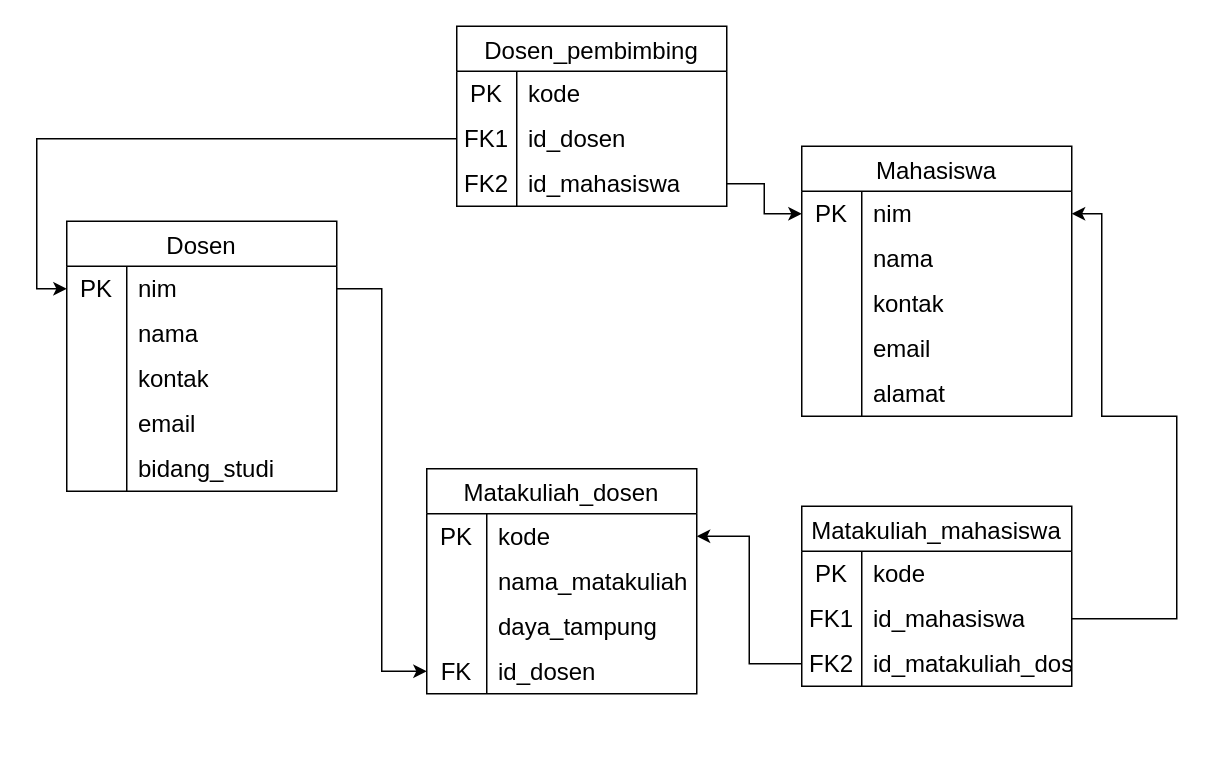
Earlier version of the draw.io diagram Untitled Diagram.drawio (Razha90/Advice-Generator). Source tidied: cells renumbered, new cells numbered last; positions are measured from the earlier drawing's top-left corner, leaving out a move shared by most shapes. Both pictures are drawn from the tidied source at 150%, with x=0, y=0 at pixel (66, 26).
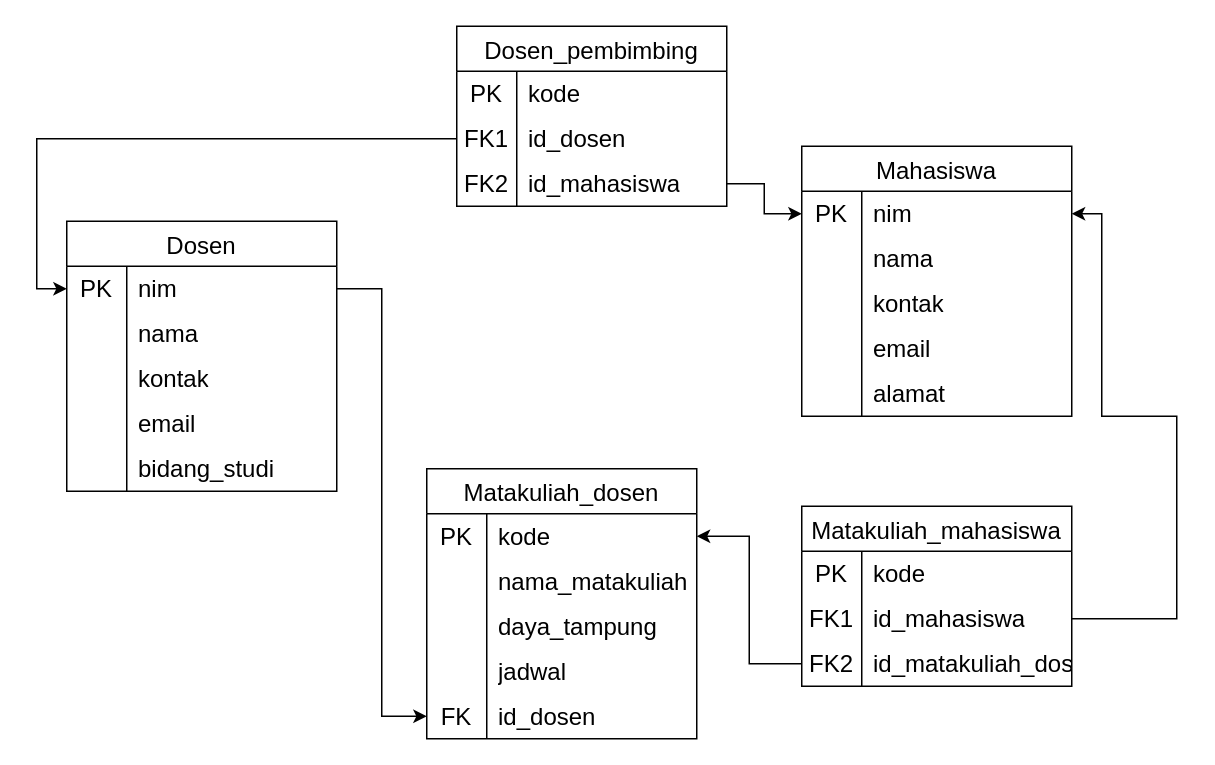
The same page after the edit.

What changed in the source:
```diff
@@
     <mxCell id="34" value="Matakuliah_dosen" style="shape=table;startSize=30;childLayout=tableLayout;rowLines=0;fontStyle=0;strokeColor=default;fontSize=16;" parent="1" vertex="1">
-      <mxGeometry x="240" y="295" width="180" height="150" as="geometry" />
+      <mxGeometry x="240" y="295" width="180" height="180" as="geometry" />
     </mxCell>
@@
+    <mxCell id="72" style="shape=tableRow;horizontal=0;startSize=0;swimlaneHead=0;swimlaneBody=0;top=0;left=0;bottom=0;right=0;fillColor=none;strokeColor=inherit;fontSize=16;" parent="34" vertex="1">
+      <mxGeometry y="120" width="180" height="30" as="geometry" />
+    </mxCell>
+    <mxCell id="73" style="shape=partialRectangle;html=1;whiteSpace=wrap;fillColor=none;top=0;left=0;bottom=0;right=0;overflow=hidden;strokeColor=inherit;fontSize=16;" parent="72" vertex="1">
+      <mxGeometry width="40" height="30" as="geometry" />
+    </mxCell>
+    <mxCell id="74" value="jadwal" style="shape=partialRectangle;html=1;whiteSpace=wrap;fillColor=none;top=0;left=0;bottom=0;right=0;align=left;spacingLeft=6;overflow=hidden;strokeColor=inherit;fontSize=16;" parent="72" vertex="1">
+      <mxGeometry x="40" width="140" height="30" as="geometry" />
+    </mxCell>
     <mxCell id="44" style="shape=tableRow;horizontal=0;startSize=0;swimlaneHead=0;swimlaneBody=0;top=0;left=0;bottom=0;right=0;fillColor=none;points=[[0,0.5],[1,0.5]];portConstraint=eastwest;strokeColor=inherit;fontSize=16;" parent="34" vertex="1">
-      <mxGeometry y="120" width="180" height="30" as="geometry" />
+      <mxGeometry y="150" width="180" height="30" as="geometry" />
     </mxCell>
```
